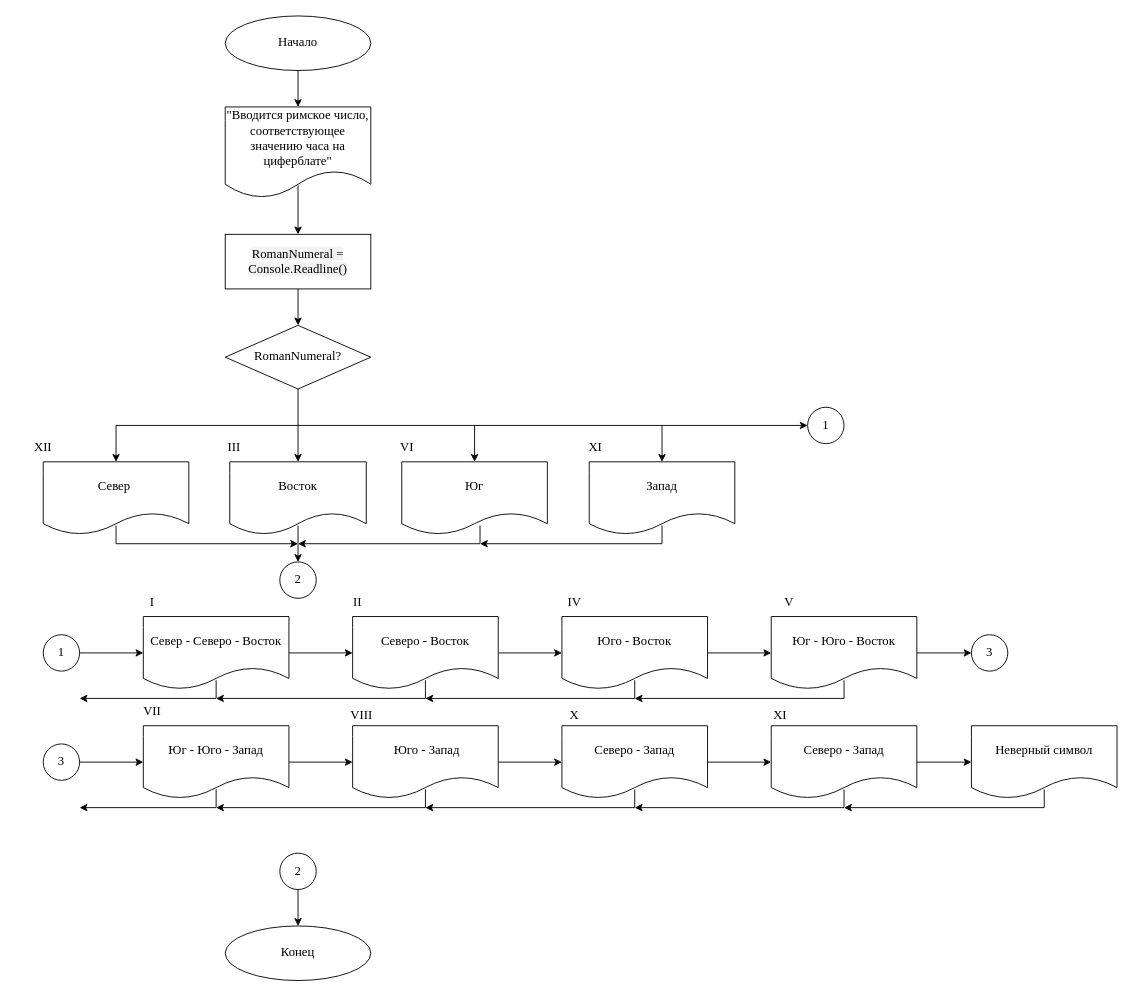
This is Задание 6.drawio from Dimag11/-, a draw.io file, before an edit. Source tidied: cells renumbered, new cells numbered last; positions are measured from the earlier drawing's top-left corner, leaving out a move shared by most shapes. Both pictures are drawn from the tidied source at 91%, with x=0, y=0 at pixel (15, 15).
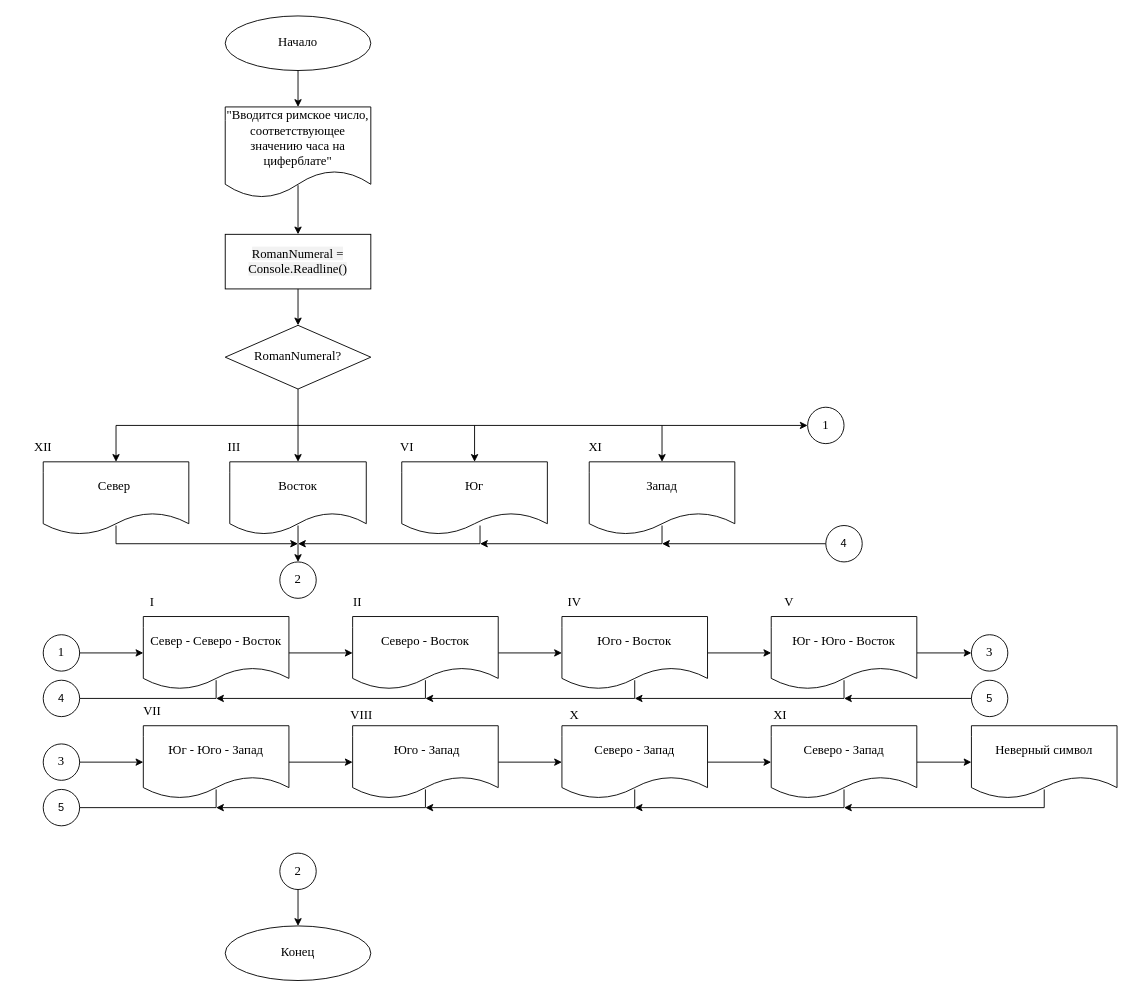
After the change.

What changed in the source:
```diff
@@
-    <mxCell id="61" style="endArrow=classic;html=1;rounded=0;fontFamily=Times New Roman;fontSize=14;" parent="1" edge="1">
-      <mxGeometry relative="1" as="geometry">
-        <mxPoint x="220" y="750" as="sourcePoint" />
-        <mxPoint x="70" y="750" as="targetPoint" />
-      </mxGeometry>
-    </mxCell>
@@
-    <mxCell id="69" style="endArrow=classic;html=1;rounded=0;fontFamily=Times New Roman;fontSize=14;" parent="1" edge="1">
-      <mxGeometry relative="1" as="geometry">
-        <mxPoint x="220" y="870" as="sourcePoint" />
-        <mxPoint x="70" y="870" as="targetPoint" />
-      </mxGeometry>
-    </mxCell>
@@
+    <mxCell id="84" style="endArrow=classic;html=1;rounded=0;" parent="1" edge="1">
+      <mxGeometry relative="1" as="geometry">
+        <mxPoint x="890" y="580" as="sourcePoint" />
+        <mxPoint x="710" y="580" as="targetPoint" />
+      </mxGeometry>
+    </mxCell>
+    <mxCell id="85" style="endArrow=none;html=1;rounded=0;" parent="1" edge="1">
+      <mxGeometry relative="1" as="geometry">
+        <mxPoint x="70" y="750" as="sourcePoint" />
+        <mxPoint x="220" y="750" as="targetPoint" />
+      </mxGeometry>
+    </mxCell>
+    <mxCell id="86" style="endArrow=none;html=1;rounded=0;" parent="1" edge="1">
+      <mxGeometry relative="1" as="geometry">
+        <mxPoint x="50" y="870" as="sourcePoint" />
+        <mxPoint x="220" y="870" as="targetPoint" />
+      </mxGeometry>
+    </mxCell>
+    <mxCell id="87" style="endArrow=classic;html=1;rounded=0;" parent="1" edge="1">
+      <mxGeometry relative="1" as="geometry">
+        <mxPoint x="1070" y="750" as="sourcePoint" />
+        <mxPoint x="910" y="750" as="targetPoint" />
+      </mxGeometry>
+    </mxCell>
+    <mxCell id="88" value="4" style="ellipse;whiteSpace=wrap;html=1;" parent="1" vertex="1">
+      <mxGeometry x="30" y="730" width="40" height="40" as="geometry" />
+    </mxCell>
+    <mxCell id="89" value="4" style="ellipse;whiteSpace=wrap;html=1;" parent="1" vertex="1">
+      <mxGeometry x="890" y="560" width="40" height="40" as="geometry" />
+    </mxCell>
+    <mxCell id="90" value="5" style="ellipse;whiteSpace=wrap;html=1;" parent="1" vertex="1">
+      <mxGeometry x="30" y="850" width="40" height="40" as="geometry" />
+    </mxCell>
+    <mxCell id="91" value="5" style="ellipse;whiteSpace=wrap;html=1;" parent="1" vertex="1">
+      <mxGeometry x="1050" y="730" width="40" height="40" as="geometry" />
+    </mxCell>
```
